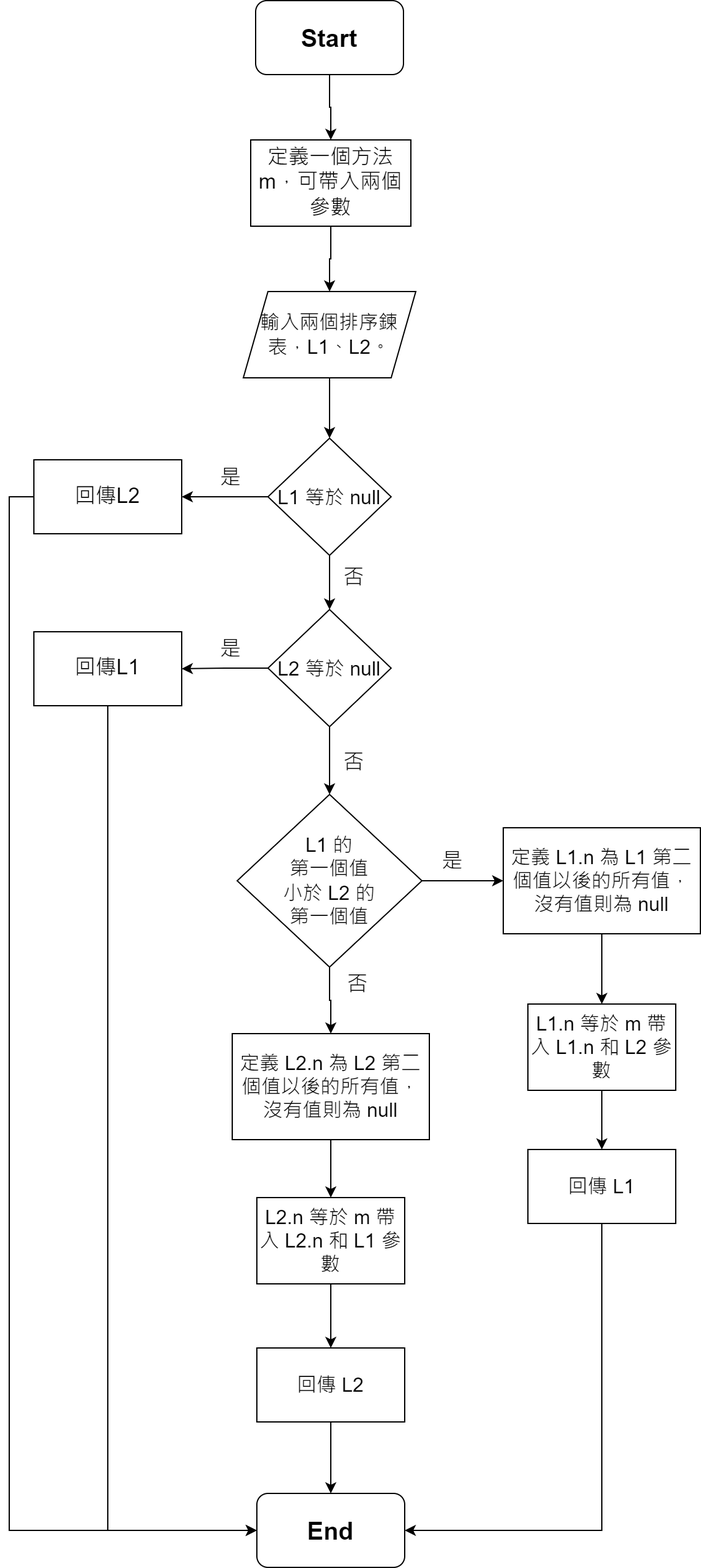
NOICHAN/LeetCode keeps this draw.io diagram as 21. Merge Two Sorted Lists.drawio.png. Above is the earlier version. Source tidied: cells renumbered, new cells last; positions are measured from the earlier drawing's top-left corner, leaving out a move shared by most shapes.
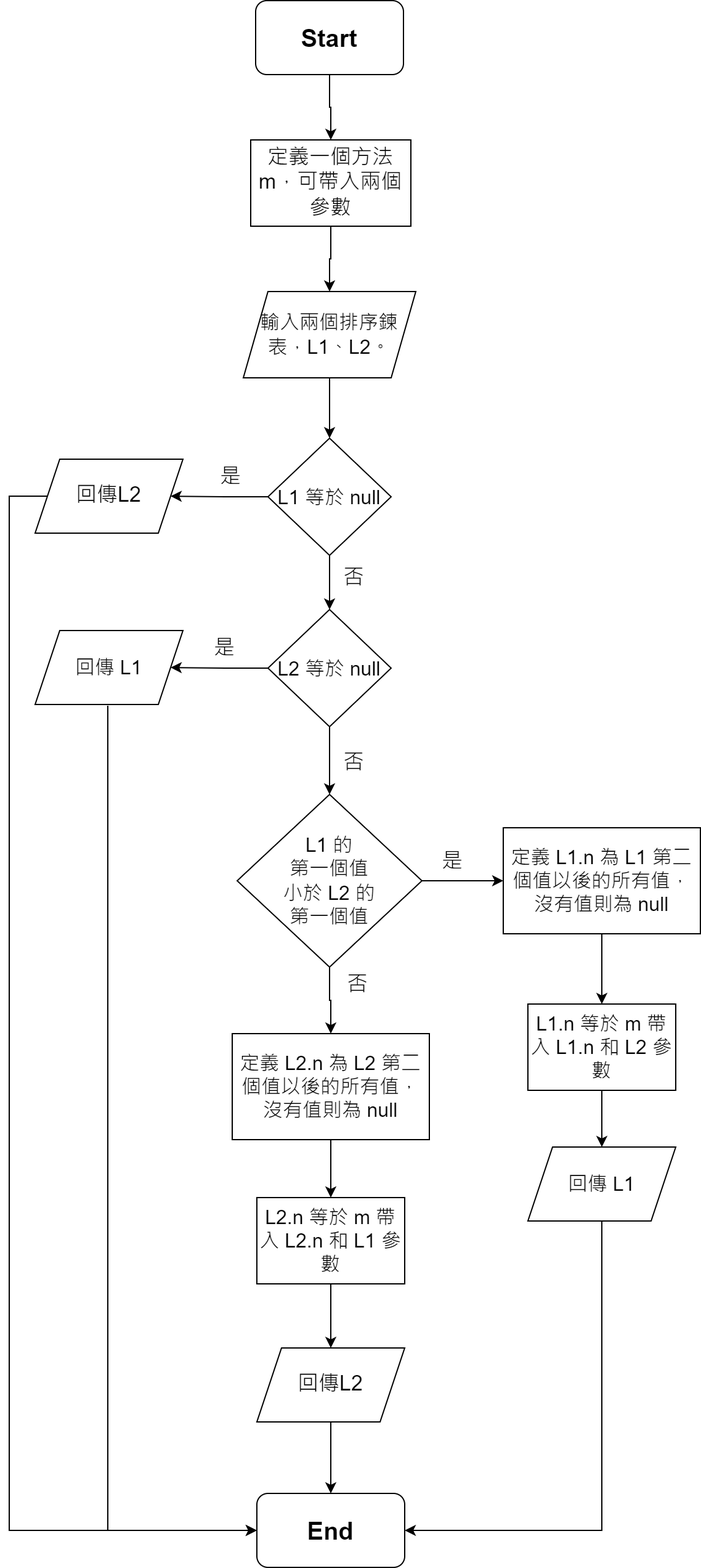
The same diagram one commit later.

Diff of the diagram source:
```diff
@@ -17,16 +17,16 @@
     <mxCell id="6" value="&lt;font style=&quot;font-size: 16px;&quot;&gt;輸入兩個排序鍊表，L1、L2。&lt;/font&gt;" style="shape=parallelogram;perimeter=parallelogramPerimeter;whiteSpace=wrap;html=1;fixedSize=1;" parent="1" vertex="1">
       <mxGeometry x="190" y="236" width="140" height="70" as="geometry" />
     </mxCell>
-    <mxCell id="7" style="edgeStyle=orthogonalEdgeStyle;rounded=0;jettySize=auto;html=1;fontSize=16;" parent="1" edge="1" source="9" target="11">
-      <mxGeometry relative="1" as="geometry" />
-    </mxCell>
     <mxCell id="8" style="edgeStyle=orthogonalEdgeStyle;rounded=0;jettySize=auto;html=1;fontSize=16;" parent="1" edge="1" source="9" target="14">
       <mxGeometry relative="1" as="geometry" />
     </mxCell>
+    <mxCell id="40" style="edgeStyle=orthogonalEdgeStyle;rounded=0;jettySize=auto;html=1;" parent="1" edge="1" source="9" target="47">
+      <mxGeometry relative="1" as="geometry" />
+    </mxCell>
     <mxCell id="9" value="&lt;font style=&quot;font-size: 16px;&quot;&gt;L1 等於 null&lt;/font&gt;" style="rhombus;whiteSpace=wrap;html=1;" parent="1" vertex="1">
       <mxGeometry x="210" y="355" width="100" height="95" as="geometry" />
     </mxCell>
-    <mxCell id="10" style="edgeStyle=orthogonalEdgeStyle;rounded=0;jettySize=auto;html=1;entryX=0;entryY=0.5;entryDx=0;entryDy=0;fontSize=16;" parent="1" edge="1" source="11" target="4">
+    <mxCell id="10" style="edgeStyle=orthogonalEdgeStyle;rounded=0;jettySize=auto;html=1;entryX=0;entryY=0.5;entryDx=0;entryDy=0;fontSize=16;exitX=0;exitY=0.5;exitDx=0;exitDy=0;" parent="1" edge="1" source="47" target="4">
       <mxGeometry relative="1" as="geometry">
         <Array as="points">
           <mxPoint y="402" />
@@ -34,33 +34,28 @@
         </Array>
       </mxGeometry>
     </mxCell>
-    <mxCell id="11" value="&lt;font style=&quot;font-size: 17px;&quot;&gt;回傳L2&lt;/font&gt;" style="whiteSpace=wrap;html=1;" parent="1" vertex="1">
-      <mxGeometry x="20" y="372.5" width="120" height="60" as="geometry" />
-    </mxCell>
-    <mxCell id="12" style="edgeStyle=orthogonalEdgeStyle;rounded=0;jettySize=auto;html=1;fontSize=17;" parent="1" edge="1" source="14" target="16">
-      <mxGeometry relative="1" as="geometry" />
-    </mxCell>
     <mxCell id="13" style="edgeStyle=orthogonalEdgeStyle;rounded=0;jettySize=auto;html=1;fontSize=17;" parent="1" edge="1" source="14" target="22">
       <mxGeometry relative="1" as="geometry" />
     </mxCell>
+    <mxCell id="41" style="edgeStyle=orthogonalEdgeStyle;rounded=0;jettySize=auto;html=1;" parent="1" edge="1" source="14" target="46">
+      <mxGeometry relative="1" as="geometry" />
+    </mxCell>
     <mxCell id="14" value="&lt;span style=&quot;font-size: 16px;&quot;&gt;L2 等於 null&lt;/span&gt;" style="rhombus;whiteSpace=wrap;html=1;" parent="1" vertex="1">
       <mxGeometry x="210" y="494" width="100" height="95" as="geometry" />
     </mxCell>
-    <mxCell id="15" style="edgeStyle=orthogonalEdgeStyle;rounded=0;jettySize=auto;html=1;entryX=0;entryY=0.5;entryDx=0;entryDy=0;fontSize=16;" parent="1" edge="1" source="16" target="4">
+    <mxCell id="15" style="edgeStyle=orthogonalEdgeStyle;rounded=0;jettySize=auto;html=1;entryX=0;entryY=0.5;entryDx=0;entryDy=0;fontSize=16;" parent="1" edge="1" target="4">
       <mxGeometry relative="1" as="geometry">
+        <mxPoint x="80" y="572" as="sourcePoint" />
         <Array as="points">
           <mxPoint x="80" y="1241" />
         </Array>
       </mxGeometry>
     </mxCell>
-    <mxCell id="16" value="&lt;font style=&quot;font-size: 17px;&quot;&gt;回傳L1&lt;/font&gt;" style="whiteSpace=wrap;html=1;" parent="1" vertex="1">
-      <mxGeometry x="20" y="512" width="120" height="60" as="geometry" />
-    </mxCell>
     <mxCell id="17" value="是" style="text;html=1;strokeColor=none;fillColor=none;align=center;verticalAlign=middle;whiteSpace=wrap;rounded=0;fontSize=17;" parent="1" vertex="1">
-      <mxGeometry x="150" y="372.5" width="60" height="30" as="geometry" />
+      <mxGeometry x="150" y="372" width="60" height="30" as="geometry" />
     </mxCell>
     <mxCell id="18" value="是" style="text;html=1;strokeColor=none;fillColor=none;align=center;verticalAlign=middle;whiteSpace=wrap;rounded=0;fontSize=17;" parent="1" vertex="1">
-      <mxGeometry x="150" y="512" width="60" height="30" as="geometry" />
+      <mxGeometry x="145" y="511" width="60" height="30" as="geometry" />
     </mxCell>
     <mxCell id="19" value="否" style="text;html=1;strokeColor=none;fillColor=none;align=center;verticalAlign=middle;whiteSpace=wrap;rounded=0;fontSize=17;" parent="1" vertex="1">
       <mxGeometry x="250" y="454" width="60" height="30" as="geometry" />
@@ -101,33 +96,39 @@
     <mxCell id="31" value="&lt;font style=&quot;font-size: 16px;&quot;&gt;定義 L2.n 為 L2 第二個值以後的所有值，沒有值則為 null&lt;/font&gt;" style="whiteSpace=wrap;html=1;" parent="1" vertex="1">
       <mxGeometry x="181" y="838" width="160" height="86" as="geometry" />
     </mxCell>
-    <mxCell id="32" style="edgeStyle=orthogonalEdgeStyle;rounded=0;jettySize=auto;html=1;fontSize=16;" parent="1" edge="1" source="33" target="39">
-      <mxGeometry relative="1" as="geometry" />
-    </mxCell>
+    <mxCell id="42" style="edgeStyle=orthogonalEdgeStyle;rounded=0;jettySize=auto;html=1;" parent="1" edge="1" source="33" target="45">
+      <mxGeometry relative="1" as="geometry" />
+    </mxCell>
     <mxCell id="33" value="&lt;font style=&quot;font-size: 16px;&quot;&gt;L1.n 等於 m&lt;/font&gt;&lt;font style=&quot;font-size: 16px;&quot;&gt;&amp;nbsp;帶入 L1.n 和 L2 參數&lt;/font&gt;" style="whiteSpace=wrap;html=1;" parent="1" vertex="1">
       <mxGeometry x="421" y="814" width="120" height="70" as="geometry" />
     </mxCell>
-    <mxCell id="34" style="edgeStyle=orthogonalEdgeStyle;rounded=0;jettySize=auto;html=1;fontSize=16;" parent="1" edge="1" source="35" target="37">
-      <mxGeometry relative="1" as="geometry" />
-    </mxCell>
+    <mxCell id="43" style="edgeStyle=orthogonalEdgeStyle;rounded=0;jettySize=auto;html=1;" parent="1" edge="1" source="35" target="49">
+      <mxGeometry relative="1" as="geometry" />
+    </mxCell>
     <mxCell id="35" value="&lt;font style=&quot;font-size: 16px;&quot;&gt;L2.n 等於&amp;nbsp;m&lt;/font&gt;&lt;font style=&quot;font-size: 16px;&quot;&gt;&amp;nbsp;帶入 L2.n 和 L1 參數&lt;/font&gt;" style="whiteSpace=wrap;html=1;" parent="1" vertex="1">
       <mxGeometry x="201" y="971" width="120" height="70" as="geometry" />
     </mxCell>
-    <mxCell id="36" style="edgeStyle=orthogonalEdgeStyle;rounded=0;jettySize=auto;html=1;fontSize=16;" parent="1" edge="1" source="37" target="4">
-      <mxGeometry relative="1" as="geometry" />
-    </mxCell>
-    <mxCell id="37" value="&lt;font style=&quot;font-size: 16px;&quot;&gt;回傳 L2&lt;/font&gt;" style="whiteSpace=wrap;html=1;" parent="1" vertex="1">
-      <mxGeometry x="201" y="1093" width="120" height="60" as="geometry" />
-    </mxCell>
-    <mxCell id="38" style="edgeStyle=orthogonalEdgeStyle;rounded=0;jettySize=auto;html=1;entryX=1;entryY=0.5;entryDx=0;entryDy=0;fontSize=16;" parent="1" edge="1" source="39" target="4">
-      <mxGeometry relative="1" as="geometry">
-        <Array as="points">
-          <mxPoint x="481" y="1241" />
-        </Array>
-      </mxGeometry>
-    </mxCell>
-    <mxCell id="39" value="&lt;span style=&quot;font-size: 16px;&quot;&gt;回傳 L1&lt;/span&gt;" style="whiteSpace=wrap;html=1;" parent="1" vertex="1">
-      <mxGeometry x="421" y="932" width="120" height="60" as="geometry" />
-    </mxCell>
+    <mxCell id="44" style="edgeStyle=orthogonalEdgeStyle;rounded=0;jettySize=auto;html=1;entryX=1;entryY=0.5;entryDx=0;entryDy=0;" parent="1" edge="1" source="45" target="4">
+      <mxGeometry relative="1" as="geometry">
+        <Array as="points">
+          <mxPoint x="481" y="1241" />
+        </Array>
+      </mxGeometry>
+    </mxCell>
+    <mxCell id="45" value="&lt;span style=&quot;font-size: 16px;&quot;&gt;回傳 L1&lt;/span&gt;" style="shape=parallelogram;perimeter=parallelogramPerimeter;whiteSpace=wrap;html=1;fixedSize=1;" parent="1" vertex="1">
+      <mxGeometry x="421" y="930" width="120" height="60" as="geometry" />
+    </mxCell>
+    <mxCell id="46" value="&lt;span style=&quot;font-size: 16px;&quot;&gt;回傳 L1&lt;/span&gt;" style="shape=parallelogram;perimeter=parallelogramPerimeter;whiteSpace=wrap;html=1;fixedSize=1;" parent="1" vertex="1">
+      <mxGeometry x="21" y="511" width="120" height="60" as="geometry" />
+    </mxCell>
+    <mxCell id="47" value="&lt;span style=&quot;font-size: 17px;&quot;&gt;回傳L2&lt;/span&gt;" style="shape=parallelogram;perimeter=parallelogramPerimeter;whiteSpace=wrap;html=1;fixedSize=1;" parent="1" vertex="1">
+      <mxGeometry x="21" y="372" width="120" height="60" as="geometry" />
+    </mxCell>
+    <mxCell id="48" style="edgeStyle=orthogonalEdgeStyle;rounded=0;jettySize=auto;html=1;" parent="1" edge="1" source="49" target="4">
+      <mxGeometry relative="1" as="geometry" />
+    </mxCell>
+    <mxCell id="49" value="&lt;span style=&quot;font-size: 17px;&quot;&gt;回傳L2&lt;/span&gt;" style="shape=parallelogram;perimeter=parallelogramPerimeter;whiteSpace=wrap;html=1;fixedSize=1;" parent="1" vertex="1">
+      <mxGeometry x="201" y="1093" width="120" height="60" as="geometry" />
+    </mxCell>
   </root>
 </mxGraphModel>
```
